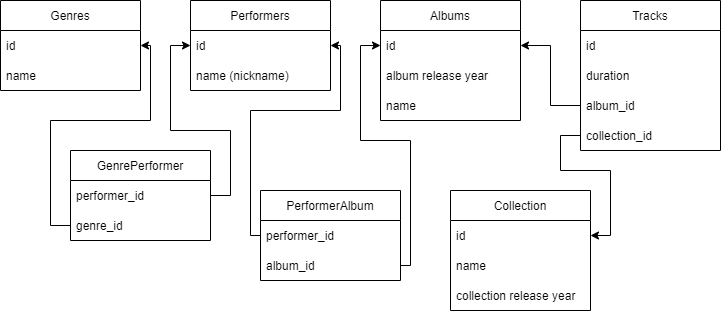
Above: task.drawio.png in MaxMukhanov17/bd_communications (draw.io), before the change. Source tidied: cells renumbered, new cells last; positions are measured from the earlier drawing's top-left corner, leaving out a move shared by most shapes.
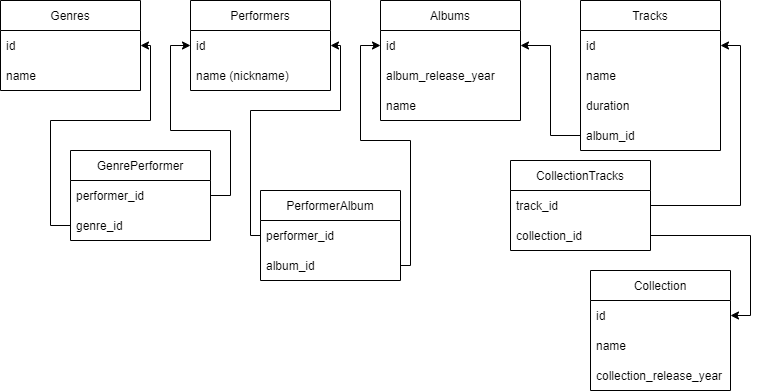
The same file after the commit.

Change to the diagram source:
```diff
@@ -26,7 +26,7 @@
     <mxCell id="9" value="id" style="text;strokeColor=none;fillColor=none;align=left;verticalAlign=middle;spacingLeft=4;spacingRight=4;overflow=hidden;points=[[0,0.5],[1,0.5]];portConstraint=eastwest;" parent="8" vertex="1">
       <mxGeometry y="30" width="140" height="30" as="geometry" />
     </mxCell>
-    <mxCell id="10" value="album release year" style="text;strokeColor=none;fillColor=none;align=left;verticalAlign=middle;spacingLeft=4;spacingRight=4;overflow=hidden;" parent="8" vertex="1">
+    <mxCell id="10" value="album_release_year" style="text;strokeColor=none;fillColor=none;align=left;verticalAlign=middle;spacingLeft=4;spacingRight=4;overflow=hidden;" parent="8" vertex="1">
       <mxGeometry y="60" width="140" height="30" as="geometry" />
     </mxCell>
     <mxCell id="11" value="name" style="text;strokeColor=none;fillColor=none;align=left;verticalAlign=middle;spacingLeft=4;spacingRight=4;overflow=hidden;" parent="8" vertex="1">
@@ -38,15 +38,15 @@
     <mxCell id="13" value="id" style="text;strokeColor=none;fillColor=none;align=left;verticalAlign=middle;spacingLeft=4;spacingRight=4;overflow=hidden;points=[[0,0.5],[1,0.5]];portConstraint=eastwest;" parent="12" vertex="1">
       <mxGeometry y="30" width="140" height="30" as="geometry" />
     </mxCell>
+    <mxCell id="33" value="name" style="text;strokeColor=none;fillColor=none;align=left;verticalAlign=middle;spacingLeft=4;spacingRight=4;overflow=hidden;" parent="12" vertex="1">
+      <mxGeometry y="60" width="140" height="30" as="geometry" />
+    </mxCell>
     <mxCell id="14" value="duration" style="text;strokeColor=none;fillColor=none;align=left;verticalAlign=middle;spacingLeft=4;spacingRight=4;overflow=hidden;" parent="12" vertex="1">
-      <mxGeometry y="60" width="140" height="30" as="geometry" />
+      <mxGeometry y="90" width="140" height="30" as="geometry" />
     </mxCell>
     <mxCell id="15" value="album_id" style="text;strokeColor=none;fillColor=none;align=left;verticalAlign=middle;spacingLeft=4;spacingRight=4;overflow=hidden;points=[[0,0.5],[1,0.5]];portConstraint=eastwest;" parent="12" vertex="1">
-      <mxGeometry y="90" width="140" height="30" as="geometry" />
+      <mxGeometry y="120" width="140" height="30" as="geometry" />
     </mxCell>
-    <mxCell id="16" value="collection_id" style="text;strokeColor=none;fillColor=none;align=left;verticalAlign=middle;spacingLeft=4;spacingRight=4;overflow=hidden;points=[[0,0.5],[1,0.5]];portConstraint=eastwest;" parent="12" vertex="1">
-      <mxGeometry y="120" width="140" height="30" as="geometry" />
-    </mxCell>
     <mxCell id="17" value="GenrePerformer" style="swimlane;fontStyle=0;horizontal=1;startSize=30;" parent="1" vertex="1">
       <mxGeometry x="70" y="150" width="140" height="90" as="geometry" />
     </mxCell>
@@ -106,7 +106,7 @@
       </mxGeometry>
     </mxCell>
     <mxCell id="27" value="Collection" style="swimlane;fontStyle=0;horizontal=1;startSize=30;" parent="1" vertex="1">
-      <mxGeometry x="450" y="190" width="140" height="120" as="geometry" />
+      <mxGeometry x="590" y="270" width="140" height="120" as="geometry" />
     </mxCell>
     <mxCell id="28" value="id" style="text;strokeColor=none;fillColor=none;align=left;verticalAlign=middle;spacingLeft=4;spacingRight=4;overflow=hidden;points=[[0,0.5],[1,0.5]];portConstraint=eastwest;" parent="27" vertex="1">
       <mxGeometry y="30" width="140" height="30" as="geometry" />
@@ -114,21 +114,26 @@
     <mxCell id="29" value="name" style="text;strokeColor=none;fillColor=none;align=left;verticalAlign=middle;spacingLeft=4;spacingRight=4;overflow=hidden;" parent="27" vertex="1">
       <mxGeometry y="60" width="140" height="30" as="geometry" />
     </mxCell>
-    <mxCell id="30" value="collection release year" style="text;strokeColor=none;fillColor=none;align=left;verticalAlign=middle;spacingLeft=4;spacingRight=4;overflow=hidden;" parent="27" vertex="1">
+    <mxCell id="30" value="collection_release_year" style="text;strokeColor=none;fillColor=none;align=left;verticalAlign=middle;spacingLeft=4;spacingRight=4;overflow=hidden;" parent="27" vertex="1">
       <mxGeometry y="90" width="140" height="30" as="geometry" />
     </mxCell>
     <mxCell id="31" style="edgeStyle=orthogonalEdgeStyle;rounded=0;jettySize=auto;html=1;exitX=0;exitY=0.5;exitDx=0;exitDy=0;entryX=1;entryY=0.5;entryDx=0;entryDy=0;" parent="1" edge="1" source="15" target="9">
       <mxGeometry relative="1" as="geometry" />
     </mxCell>
+    <mxCell id="34" value="CollectionTracks" style="swimlane;fontStyle=0;horizontal=1;startSize=30;" parent="1" vertex="1">
+      <mxGeometry x="510" y="160" width="140" height="90" as="geometry" />
+    </mxCell>
+    <mxCell id="35" value="track_id" style="text;strokeColor=none;fillColor=none;align=left;verticalAlign=middle;spacingLeft=4;spacingRight=4;overflow=hidden;points=[[0,0.5],[1,0.5]];portConstraint=eastwest;" parent="34" vertex="1">
+      <mxGeometry y="30" width="140" height="30" as="geometry" />
+    </mxCell>
+    <mxCell id="16" value="collection_id" style="text;strokeColor=none;fillColor=none;align=left;verticalAlign=middle;spacingLeft=4;spacingRight=4;overflow=hidden;points=[[0,0.5],[1,0.5]];portConstraint=eastwest;" parent="34" vertex="1">
+      <mxGeometry y="60" width="140" height="30" as="geometry" />
+    </mxCell>
+    <mxCell id="36" style="edgeStyle=orthogonalEdgeStyle;rounded=0;jettySize=auto;html=1;exitX=1;exitY=0.5;exitDx=0;exitDy=0;entryX=1;entryY=0.5;entryDx=0;entryDy=0;" parent="1" edge="1" source="35" target="13">
+      <mxGeometry relative="1" as="geometry" />
+    </mxCell>
-    <mxCell id="32" style="edgeStyle=orthogonalEdgeStyle;rounded=0;jettySize=auto;html=1;exitX=0;exitY=0.5;exitDx=0;exitDy=0;entryX=1;entryY=0.5;entryDx=0;entryDy=0;" parent="1" edge="1" source="16" target="28">
-      <mxGeometry relative="1" as="geometry">
-        <Array as="points">
-          <mxPoint x="560" y="135" />
-          <mxPoint x="560" y="170" />
-          <mxPoint x="610" y="170" />
-          <mxPoint x="610" y="235" />
-        </Array>
-      </mxGeometry>
+    <mxCell id="32" style="edgeStyle=orthogonalEdgeStyle;rounded=0;jettySize=auto;html=1;exitX=1;exitY=0.5;exitDx=0;exitDy=0;entryX=1;entryY=0.5;entryDx=0;entryDy=0;" parent="1" edge="1" source="16" target="28">
+      <mxGeometry relative="1" as="geometry" />
     </mxCell>
   </root>
 </mxGraphModel>
```
